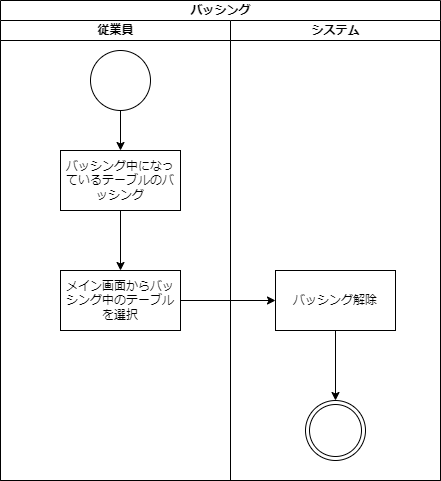
Before: psp4/アクティビティ図_バッシング.drawio.png, a diagram exported from draw.io (MasakiHiguchi/---). Source tidied: cells renumbered, new cells last; positions are measured from the earlier drawing's top-left corner, leaving out a move shared by most shapes.
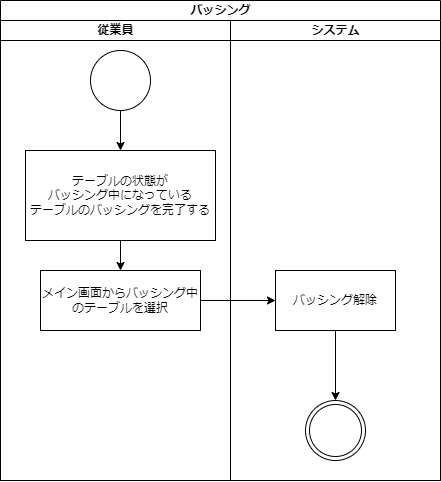
The same diagram one commit later.

What changed in the source:
```diff
@@ -11,14 +11,14 @@
     <mxCell id="4" style="ellipse;whiteSpace=wrap;html=1;" parent="3" vertex="1">
       <mxGeometry x="90" y="30" width="60" height="60" as="geometry" />
     </mxCell>
-    <mxCell id="5" value="バッシング中になっているテーブルのバッシング" style="rounded=0;whiteSpace=wrap;html=1;" parent="3" vertex="1">
-      <mxGeometry x="60" y="130" width="120" height="60" as="geometry" />
+    <mxCell id="5" value="テーブルの状態が&lt;br&gt;バッシング中になっている&lt;br&gt;テーブルのバッシングを完了する" style="rounded=0;whiteSpace=wrap;html=1;" parent="3" vertex="1">
+      <mxGeometry x="25" y="130" width="190" height="90" as="geometry" />
     </mxCell>
     <mxCell id="6" style="endArrow=classic;html=1;entryX=0.5;entryY=0;entryDx=0;entryDy=0;exitX=0.5;exitY=1;exitDx=0;exitDy=0;" parent="3" edge="1" source="4" target="5">
       <mxGeometry relative="1" as="geometry" />
     </mxCell>
     <mxCell id="7" value="メイン画面からバッシング中のテーブルを選択" style="rounded=0;whiteSpace=wrap;html=1;" parent="3" vertex="1">
-      <mxGeometry x="60" y="250" width="120" height="60" as="geometry" />
+      <mxGeometry x="40" y="250" width="160" height="60" as="geometry" />
     </mxCell>
     <mxCell id="8" style="endArrow=classic;html=1;entryX=0.5;entryY=0;entryDx=0;entryDy=0;exitX=0.5;exitY=1;exitDx=0;exitDy=0;" parent="3" edge="1" source="5" target="7">
       <mxGeometry relative="1" as="geometry" />
```
